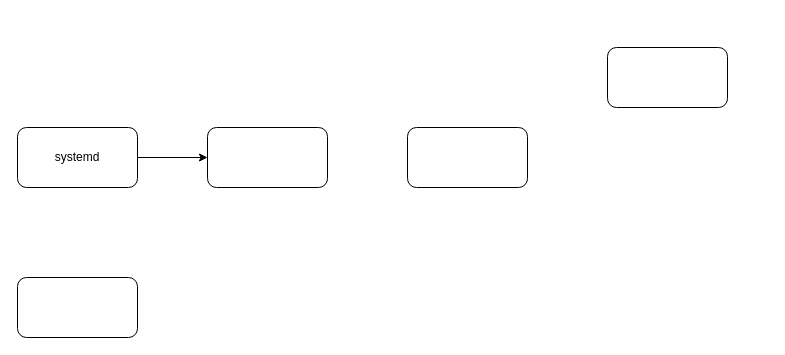
Earlier version of the draw.io diagram images.drawio (wupei-w/diagrams). Source tidied: cells renumbered, new cells numbered last; positions are measured from the earlier drawing's top-left corner, leaving out a move shared by most shapes. Both pictures are drawn from the tidied source at 100%, with x=0, y=0 at pixel (17, 47).
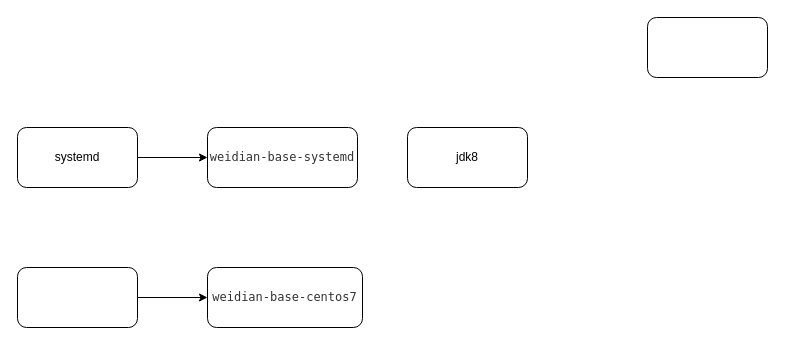
After the change.

The edit, as a diff of the source:
```diff
@@
 <mxGraphModel>
   <root>
     <mxCell id="0" />
     <mxCell id="1" parent="0" />
     <mxCell id="2" style="edgeStyle=orthogonalEdgeStyle;rounded=0;jettySize=auto;html=1;" parent="1" edge="1" source="3" target="5">
       <mxGeometry relative="1" as="geometry" />
     </mxCell>
     <mxCell id="3" value="systemd" style="rounded=1;whiteSpace=wrap;html=1;" parent="1" vertex="1">
       <mxGeometry y="80" width="120" height="60" as="geometry" />
     </mxCell>
+    <mxCell id="8" style="edgeStyle=orthogonalEdgeStyle;rounded=0;jettySize=auto;html=1;" parent="1" edge="1" source="4" target="9">
+      <mxGeometry relative="1" as="geometry" />
+    </mxCell>
     <mxCell id="4" style="rounded=1;whiteSpace=wrap;html=1;" parent="1" vertex="1">
-      <mxGeometry y="230" width="120" height="60" as="geometry" />
+      <mxGeometry y="220" width="120" height="60" as="geometry" />
     </mxCell>
-    <mxCell id="5" style="rounded=1;whiteSpace=wrap;html=1;" parent="1" vertex="1">
-      <mxGeometry x="190" y="80" width="120" height="60" as="geometry" />
+    <mxCell id="5" value="&lt;span style=&quot;color: rgb(51 , 51 , 51) ; font-family: &amp;#34;menlo&amp;#34; , &amp;#34;liberation mono&amp;#34; , &amp;#34;consolas&amp;#34; , &amp;#34;dejavu sans mono&amp;#34; , &amp;#34;ubuntu mono&amp;#34; , &amp;#34;courier new&amp;#34; , &amp;#34;andale mono&amp;#34; , &amp;#34;lucida console&amp;#34; , monospace ; background-color: rgb(255 , 255 , 255)&quot;&gt;weidian-base-systemd&lt;/span&gt;" style="rounded=1;whiteSpace=wrap;html=1;" parent="1" vertex="1">
+      <mxGeometry x="190" y="80" width="150" height="60" as="geometry" />
     </mxCell>
-    <mxCell id="6" style="rounded=1;whiteSpace=wrap;html=1;" parent="1" vertex="1">
+    <mxCell id="6" value="jdk8" style="rounded=1;whiteSpace=wrap;html=1;" parent="1" vertex="1">
       <mxGeometry x="390" y="80" width="120" height="60" as="geometry" />
     </mxCell>
     <mxCell id="7" style="rounded=1;whiteSpace=wrap;html=1;" parent="1" vertex="1">
-      <mxGeometry x="590" width="120" height="60" as="geometry" />
+      <mxGeometry x="630" y="-30" width="120" height="60" as="geometry" />
     </mxCell>
+    <mxCell id="9" value="&lt;span style=&quot;color: rgb(51 , 51 , 51) ; font-family: &amp;#34;menlo&amp;#34; , &amp;#34;liberation mono&amp;#34; , &amp;#34;consolas&amp;#34; , &amp;#34;dejavu sans mono&amp;#34; , &amp;#34;ubuntu mono&amp;#34; , &amp;#34;courier new&amp;#34; , &amp;#34;andale mono&amp;#34; , &amp;#34;lucida console&amp;#34; , monospace ; background-color: rgb(255 , 255 , 255)&quot;&gt;weidian-base-centos7 &lt;/span&gt;" style="rounded=1;whiteSpace=wrap;html=1;" parent="1" vertex="1">
+      <mxGeometry x="190" y="220" width="155" height="60" as="geometry" />
+    </mxCell>
   </root>
 </mxGraphModel>
```
